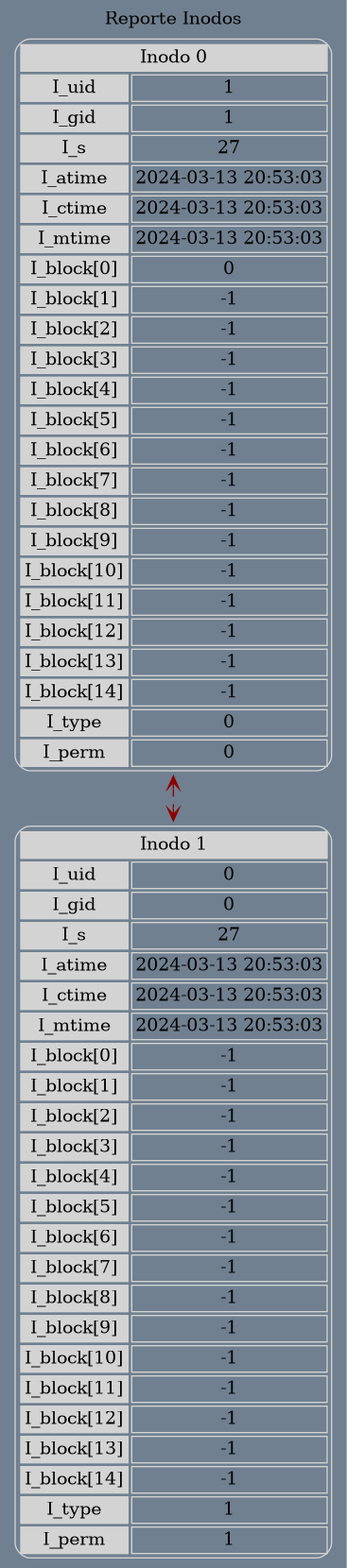
The Graphviz diagram reporteInode.png in RamiroTelles/MIA_P1_202010044, before a commit. Its source is kept beside it as reporteInode.dot. Its diagram source:
```dot
digraph grid {
bgcolor="slategrey";
 label=" Reporte Inodos ";
 layout=dot;
 labelloc = "t";
 edge [weight=1000 style=dashed color=red4 dir = "both" arrowtail=open arrowhead=open];
inodo0[shape=none, color=lightgrey, label=<
<TABLE cellspacing="3" cellpadding="2" style="rounded" >
<TR><TD bgcolor="lightgrey" colspan="2">Inodo 0</TD></TR>
<TR><TD bgcolor="lightgrey">I_uid</TD><TD>1</TD></TR>
<TR><TD bgcolor="lightgrey">I_gid</TD><TD>1</TD></TR>
<TR><TD bgcolor="lightgrey">I_s</TD><TD>27</TD></TR>
<TR><TD bgcolor="lightgrey">I_atime</TD><TD>2024-03-13 20:53:03</TD></TR>
<TR><TD bgcolor="lightgrey">I_ctime</TD><TD>2024-03-13 20:53:03</TD></TR>
<TR><TD bgcolor="lightgrey">I_mtime</TD><TD>2024-03-13 20:53:03</TD></TR>
<TR><TD bgcolor="lightgrey">I_block[0]</TD><TD>0</TD></TR>
<TR><TD bgcolor="lightgrey">I_block[1]</TD><TD>-1</TD></TR>
<TR><TD bgcolor="lightgrey">I_block[2]</TD><TD>-1</TD></TR>
<TR><TD bgcolor="lightgrey">I_block[3]</TD><TD>-1</TD></TR>
<TR><TD bgcolor="lightgrey">I_block[4]</TD><TD>-1</TD></TR>
<TR><TD bgcolor="lightgrey">I_block[5]</TD><TD>-1</TD></TR>
<TR><TD bgcolor="lightgrey">I_block[6]</TD><TD>-1</TD></TR>
<TR><TD bgcolor="lightgrey">I_block[7]</TD><TD>-1</TD></TR>
<TR><TD bgcolor="lightgrey">I_block[8]</TD><TD>-1</TD></TR>
<TR><TD bgcolor="lightgrey">I_block[9]</TD><TD>-1</TD></TR>
<TR><TD bgcolor="lightgrey">I_block[10]</TD><TD>-1</TD></TR>
<TR><TD bgcolor="lightgrey">I_block[11]</TD><TD>-1</TD></TR>
<TR><TD bgcolor="lightgrey">I_block[12]</TD><TD>-1</TD></TR>
<TR><TD bgcolor="lightgrey">I_block[13]</TD><TD>-1</TD></TR>
<TR><TD bgcolor="lightgrey">I_block[14]</TD><TD>-1</TD></TR>
<TR><TD bgcolor="lightgrey">I_type</TD><TD>0</TD></TR>
<TR><TD bgcolor="lightgrey">I_perm</TD><TD>0</TD></TR>
</TABLE>>];
inodo1[shape=none, color=lightgrey, label=<
<TABLE cellspacing="3" cellpadding="2" style="rounded" >
<TR><TD bgcolor="lightgrey" colspan="2">Inodo 1</TD></TR>
<TR><TD bgcolor="lightgrey">I_uid</TD><TD>0</TD></TR>
<TR><TD bgcolor="lightgrey">I_gid</TD><TD>0</TD></TR>
<TR><TD bgcolor="lightgrey">I_s</TD><TD>27</TD></TR>
<TR><TD bgcolor="lightgrey">I_atime</TD><TD>2024-03-13 20:53:03</TD></TR>
<TR><TD bgcolor="lightgrey">I_ctime</TD><TD>2024-03-13 20:53:03</TD></TR>
<TR><TD bgcolor="lightgrey">I_mtime</TD><TD>2024-03-13 20:53:03</TD></TR>
<TR><TD bgcolor="lightgrey">I_block[0]</TD><TD>-1</TD></TR>
<TR><TD bgcolor="lightgrey">I_block[1]</TD><TD>-1</TD></TR>
<TR><TD bgcolor="lightgrey">I_block[2]</TD><TD>-1</TD></TR>
<TR><TD bgcolor="lightgrey">I_block[3]</TD><TD>-1</TD></TR>
<TR><TD bgcolor="lightgrey">I_block[4]</TD><TD>-1</TD></TR>
<TR><TD bgcolor="lightgrey">I_block[5]</TD><TD>-1</TD></TR>
<TR><TD bgcolor="lightgrey">I_block[6]</TD><TD>-1</TD></TR>
<TR><TD bgcolor="lightgrey">I_block[7]</TD><TD>-1</TD></TR>
<TR><TD bgcolor="lightgrey">I_block[8]</TD><TD>-1</TD></TR>
<TR><TD bgcolor="lightgrey">I_block[9]</TD><TD>-1</TD></TR>
<TR><TD bgcolor="lightgrey">I_block[10]</TD><TD>-1</TD></TR>
<TR><TD bgcolor="lightgrey">I_block[11]</TD><TD>-1</TD></TR>
<TR><TD bgcolor="lightgrey">I_block[12]</TD><TD>-1</TD></TR>
<TR><TD bgcolor="lightgrey">I_block[13]</TD><TD>-1</TD></TR>
<TR><TD bgcolor="lightgrey">I_block[14]</TD><TD>-1</TD></TR>
<TR><TD bgcolor="lightgrey">I_type</TD><TD>1</TD></TR>
<TR><TD bgcolor="lightgrey">I_perm</TD><TD>1</TD></TR>
</TABLE>>];
inodo0 -> inodo1;
}
```
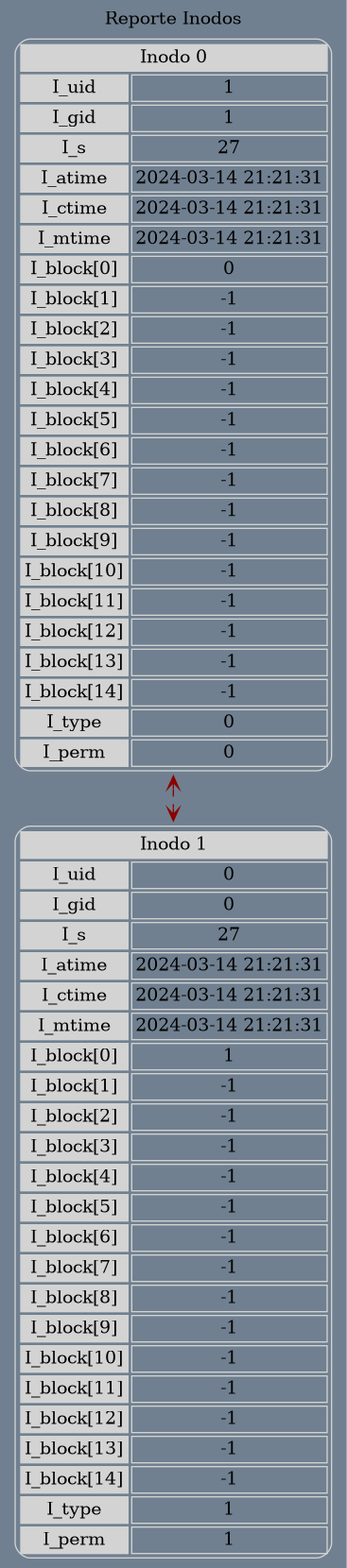
The same diagram one commit later.

Diff of the diagram source:
```diff
@@ -10,9 +10,9 @@
 <TR><TD bgcolor="lightgrey">I_uid</TD><TD>1</TD></TR>
 <TR><TD bgcolor="lightgrey">I_gid</TD><TD>1</TD></TR>
 <TR><TD bgcolor="lightgrey">I_s</TD><TD>27</TD></TR>
-<TR><TD bgcolor="lightgrey">I_atime</TD><TD>2024-03-13 20:53:03</TD></TR>
-<TR><TD bgcolor="lightgrey">I_ctime</TD><TD>2024-03-13 20:53:03</TD></TR>
-<TR><TD bgcolor="lightgrey">I_mtime</TD><TD>2024-03-13 20:53:03</TD></TR>
+<TR><TD bgcolor="lightgrey">I_atime</TD><TD>2024-03-14 21:21:31</TD></TR>
+<TR><TD bgcolor="lightgrey">I_ctime</TD><TD>2024-03-14 21:21:31</TD></TR>
+<TR><TD bgcolor="lightgrey">I_mtime</TD><TD>2024-03-14 21:21:31</TD></TR>
 <TR><TD bgcolor="lightgrey">I_block[0]</TD><TD>0</TD></TR>
 <TR><TD bgcolor="lightgrey">I_block[1]</TD><TD>-1</TD></TR>
 <TR><TD bgcolor="lightgrey">I_block[2]</TD><TD>-1</TD></TR>
@@ -37,10 +37,10 @@
 <TR><TD bgcolor="lightgrey">I_uid</TD><TD>0</TD></TR>
 <TR><TD bgcolor="lightgrey">I_gid</TD><TD>0</TD></TR>
 <TR><TD bgcolor="lightgrey">I_s</TD><TD>27</TD></TR>
-<TR><TD bgcolor="lightgrey">I_atime</TD><TD>2024-03-13 20:53:03</TD></TR>
-<TR><TD bgcolor="lightgrey">I_ctime</TD><TD>2024-03-13 20:53:03</TD></TR>
-<TR><TD bgcolor="lightgrey">I_mtime</TD><TD>2024-03-13 20:53:03</TD></TR>
-<TR><TD bgcolor="lightgrey">I_block[0]</TD><TD>-1</TD></TR>
+<TR><TD bgcolor="lightgrey">I_atime</TD><TD>2024-03-14 21:21:31</TD></TR>
+<TR><TD bgcolor="lightgrey">I_ctime</TD><TD>2024-03-14 21:21:31</TD></TR>
+<TR><TD bgcolor="lightgrey">I_mtime</TD><TD>2024-03-14 21:21:31</TD></TR>
+<TR><TD bgcolor="lightgrey">I_block[0]</TD><TD>1</TD></TR>
 <TR><TD bgcolor="lightgrey">I_block[1]</TD><TD>-1</TD></TR>
 <TR><TD bgcolor="lightgrey">I_block[2]</TD><TD>-1</TD></TR>
 <TR><TD bgcolor="lightgrey">I_block[3]</TD><TD>-1</TD></TR>
```
